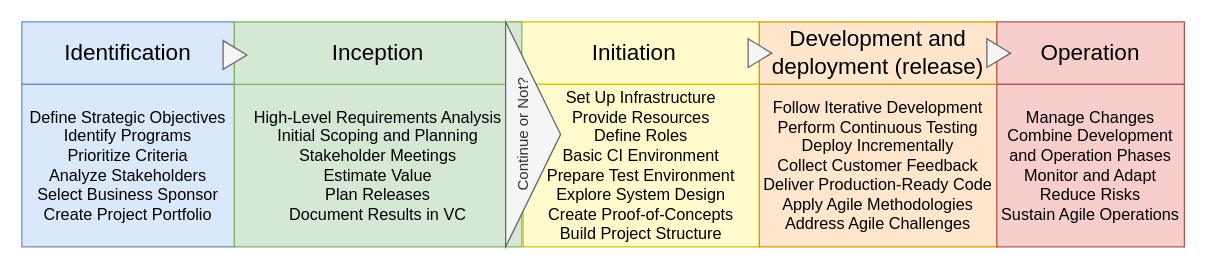
Earlier version of the draw.io diagram 17-managing-continuous-delivery/assets/project-lifecycle.drawio (AlirezaRoshanzamir/continuous-delivery-course). Source tidied: cells renumbered, new cells numbered last; positions are measured from the earlier drawing's top-left corner, leaving out a move shared by most shapes. Both pictures are drawn from the tidied source at 125%, with x=0, y=0 at pixel (21, 21).
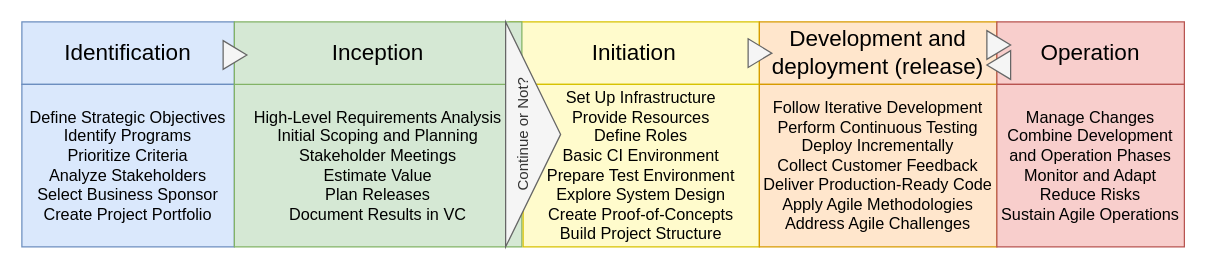
After the change.

Commit message (it also covers changes not shown here):
Update the project lifecycle diagram in the 17-managing-continuous-delivery presentation.

Diff of the diagram source:
```diff
@@
 <mxGraphModel>
   <root>
     <mxCell id="0" />
     <mxCell id="1" parent="0" />
     <mxCell id="2" value="Identification" style="rounded=0;whiteSpace=wrap;html=1;fontSize=18;fillColor=#dae8fc;strokeColor=#6c8ebf;" parent="1" vertex="1">
       <mxGeometry width="170" height="50" as="geometry" />
     </mxCell>
     <mxCell id="3" value="Initiation" style="rounded=0;whiteSpace=wrap;html=1;fontSize=18;fillColor=#fffbcc;strokeColor=#D7C202;" parent="1" vertex="1">
       <mxGeometry x="390" width="200" height="50" as="geometry" />
     </mxCell>
     <mxCell id="4" value="Development and deployment (release)" style="rounded=0;whiteSpace=wrap;html=1;fontSize=18;fillColor=#ffe6cc;strokeColor=#d79b00;" parent="1" vertex="1">
       <mxGeometry x="590" width="190" height="50" as="geometry" />
     </mxCell>
     <mxCell id="5" value="Operation" style="rounded=0;whiteSpace=wrap;html=1;fontSize=18;fillColor=#f8cecc;strokeColor=#b85450;" parent="1" vertex="1">
       <mxGeometry x="780" width="150" height="50" as="geometry" />
     </mxCell>
     <mxCell id="6" value="&lt;div&gt;Define Strategic Objectives&lt;/div&gt;&lt;div&gt;Identify Programs&lt;/div&gt;&lt;div&gt;Prioritize Criteria&lt;/div&gt;&lt;div&gt;Analyze Stakeholders&lt;/div&gt;&lt;div&gt;Select Business Sponsor&lt;/div&gt;&lt;div&gt;Create Project Portfolio&lt;/div&gt;" style="rounded=0;whiteSpace=wrap;html=1;align=center;fontSize=13;fillColor=#dae8fc;strokeColor=#6c8ebf;" parent="1" vertex="1">
       <mxGeometry y="50" width="170" height="130" as="geometry" />
     </mxCell>
     <mxCell id="7" value="High-Level Requirements Analysis&lt;div&gt;&lt;span style=&quot;background-color: initial;&quot;&gt;Initial Scoping and Planning&lt;/span&gt;&lt;br&gt;&lt;/div&gt;&lt;div&gt;&lt;span style=&quot;background-color: initial;&quot;&gt;Stakeholder Meetings&lt;/span&gt;&lt;br&gt;&lt;/div&gt;&lt;div&gt;&lt;div&gt;Estimate Value&lt;/div&gt;&lt;div&gt;Plan Releases&lt;/div&gt;&lt;/div&gt;&lt;div&gt;Document Results in VC&lt;/div&gt;" style="rounded=0;whiteSpace=wrap;html=1;align=center;fontSize=13;fillColor=#d5e8d4;strokeColor=#82b366;" parent="1" vertex="1">
       <mxGeometry x="170" y="50" width="230" height="130" as="geometry" />
     </mxCell>
     <mxCell id="8" value="&lt;div&gt;&lt;span style=&quot;background-color: initial;&quot;&gt;Set Up Infrastructure&lt;/span&gt;&lt;br&gt;&lt;/div&gt;&lt;div&gt;&lt;div&gt;Provide Resources&lt;/div&gt;&lt;div&gt;Define Roles&lt;/div&gt;&lt;div&gt;&lt;div style=&quot;border-color: var(--border-color);&quot;&gt;Basic CI Environment&lt;/div&gt;&lt;/div&gt;&lt;div&gt;Prepare Test Environment&lt;/div&gt;&lt;div&gt;Explore System Design&lt;/div&gt;&lt;div&gt;Create Proof-of-Concepts&lt;/div&gt;&lt;div&gt;Build Project Structure&lt;/div&gt;&lt;/div&gt;" style="rounded=0;whiteSpace=wrap;html=1;align=center;fontSize=13;fillColor=#fffbcc;strokeColor=#D7C202;" parent="1" vertex="1">
       <mxGeometry x="401" y="50" width="189" height="130" as="geometry" />
     </mxCell>
     <mxCell id="9" value="&lt;div&gt;Follow Iterative Development&lt;/div&gt;&lt;div&gt;Perform Continuous Testing&lt;/div&gt;&lt;div&gt;Deploy Incrementally&lt;/div&gt;&lt;div&gt;Collect Customer Feedback&lt;/div&gt;&lt;div&gt;Deliver Production-Ready Code&lt;/div&gt;&lt;div&gt;Apply Agile Methodologies&lt;/div&gt;&lt;div&gt;Address Agile Challenges&lt;/div&gt;" style="rounded=0;whiteSpace=wrap;html=1;align=center;fontSize=13;fillColor=#ffe6cc;strokeColor=#d79b00;" parent="1" vertex="1">
       <mxGeometry x="590" y="50" width="190" height="130" as="geometry" />
     </mxCell>
     <mxCell id="10" value="&lt;div&gt;&lt;span style=&quot;background-color: initial;&quot;&gt;Manage Changes&lt;/span&gt;&lt;br&gt;&lt;/div&gt;&lt;div&gt;&lt;span style=&quot;background-color: initial;&quot;&gt;Combine Development&lt;/span&gt;&lt;/div&gt;&lt;div&gt;&lt;span style=&quot;background-color: initial;&quot;&gt;and Operation Phases&lt;/span&gt;&lt;br&gt;&lt;/div&gt;&lt;div&gt;Monitor and Adapt&lt;/div&gt;&lt;div&gt;Reduce Risks&lt;/div&gt;&lt;div&gt;Sustain Agile Operations&lt;/div&gt;" style="rounded=0;whiteSpace=wrap;html=1;align=center;fontSize=13;fillColor=#f8cecc;strokeColor=#b85450;" parent="1" vertex="1">
       <mxGeometry x="780" y="50" width="150" height="130" as="geometry" />
     </mxCell>
     <mxCell id="11" style="triangle;whiteSpace=wrap;html=1;fillColor=#f5f5f5;fontColor=#333333;strokeColor=#666666;" parent="1" vertex="1">
       <mxGeometry x="581" y="13.5" width="19" height="23" as="geometry" />
     </mxCell>
     <mxCell id="12" style="triangle;whiteSpace=wrap;html=1;fillColor=#f5f5f5;fontColor=#333333;strokeColor=#666666;" parent="1" vertex="1">
-      <mxGeometry x="772" y="13.5" width="19" height="23" as="geometry" />
+      <mxGeometry x="772" y="7" width="19" height="23" as="geometry" />
     </mxCell>
     <mxCell id="13" value="Inception" style="rounded=0;whiteSpace=wrap;html=1;fontSize=18;fillColor=#d5e8d4;strokeColor=#82b366;" parent="1" vertex="1">
       <mxGeometry x="170" width="230" height="50" as="geometry" />
     </mxCell>
     <mxCell id="14" value="Continue or Not?" style="triangle;whiteSpace=wrap;html=1;fillColor=#f5f5f5;fontColor=#333333;strokeColor=#666666;horizontal=0;align=center;verticalAlign=top;" parent="1" vertex="1">
       <mxGeometry x="387" width="44" height="180" as="geometry" />
     </mxCell>
     <mxCell id="15" style="triangle;whiteSpace=wrap;html=1;fillColor=#f5f5f5;fontColor=#333333;strokeColor=#666666;" parent="1" vertex="1">
       <mxGeometry x="161" y="15" width="19" height="23" as="geometry" />
     </mxCell>
+    <mxCell id="16" style="triangle;whiteSpace=wrap;html=1;fillColor=#f5f5f5;fontColor=#333333;strokeColor=#666666;rotation=-180;" parent="1" vertex="1">
+      <mxGeometry x="772" y="23" width="19" height="23" as="geometry" />
+    </mxCell>
   </root>
 </mxGraphModel>
```
